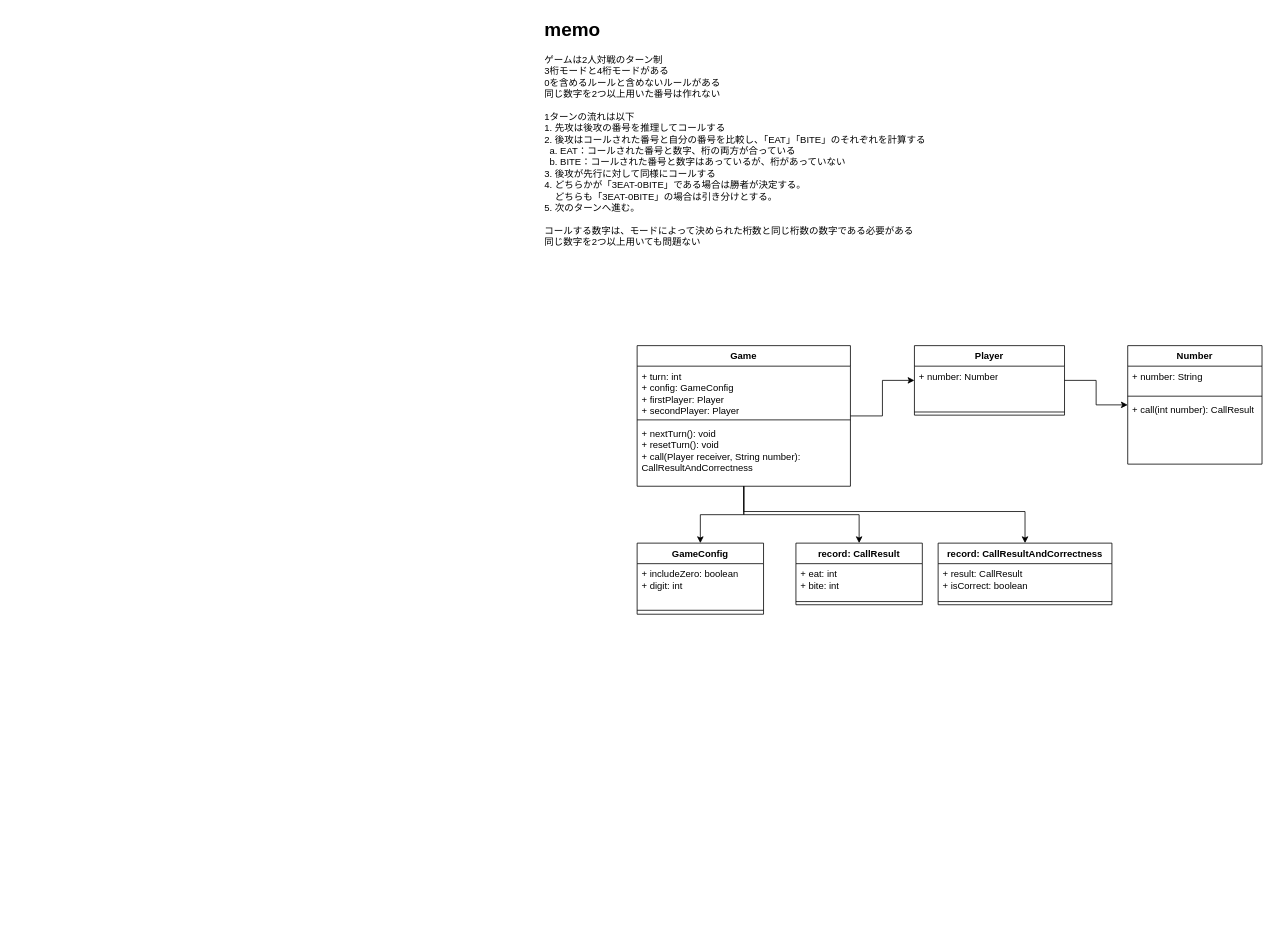
ulxsth/java-numer0n keeps this draw.io diagram as docs/memos/設計考察.drawio. Above is the earlier version. Source tidied: cells renumbered, new cells numbered last; positions are measured from the earlier drawing's top-left corner, leaving out a move shared by most shapes. Both pictures are drawn from the tidied source at 79%, with x=0, y=0 at pixel (543, 13).
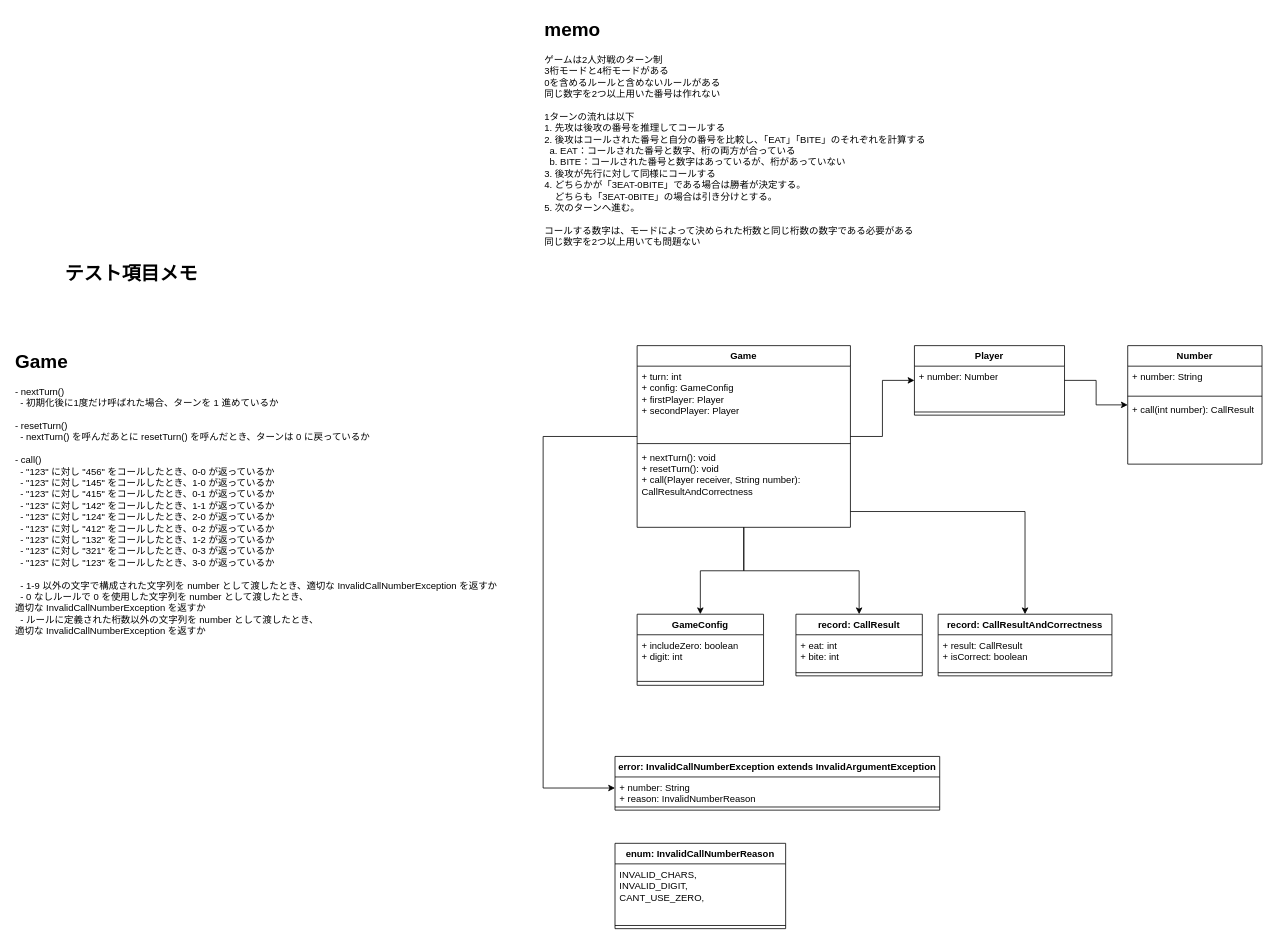
The same diagram, later.

Commit message:
feat: 設計図の更新とテスト項目メモ追加

docs/memos/設計考察.drawio に以下を実施:
- InvalidCallNumberException および Reason の追加
- テスト項目メモを新規追加
- 各セルの配置・サイズ変更

The edit, as a diff of the source:
```diff
@@
+    <mxCell id="28" style="edgeStyle=orthogonalEdgeStyle;rounded=0;jettySize=auto;html=1;" parent="1" edge="1" source="6" target="31">
+      <mxGeometry relative="1" as="geometry">
+        <Array as="points">
+          <mxPoint y="535" />
+          <mxPoint y="980" />
+        </Array>
+      </mxGeometry>
+    </mxCell>
     <mxCell id="6" value="Game" style="swimlane;fontStyle=1;align=center;verticalAlign=top;horizontal=1;startSize=26;whiteSpace=wrap;html=1;" parent="1" vertex="1">
-      <mxGeometry x="119" y="420" width="270" height="178" as="geometry" />
+      <mxGeometry x="119" y="420" width="270" height="230" as="geometry" />
     </mxCell>
-    <mxCell id="7" value="+ turn: int&lt;div&gt;+ config: G&lt;span style=&quot;background-color: initial;&quot;&gt;ameConfig&lt;/span&gt;&lt;/div&gt;&lt;div&gt;&lt;div&gt;+ firstPlayer: Player&lt;/div&gt;&lt;div&gt;+ secondPlayer: Player&lt;/div&gt;&lt;/div&gt;" style="text;strokeColor=none;fillColor=none;align=left;verticalAlign=top;spacingLeft=4;spacingRight=4;overflow=hidden;whiteSpace=wrap;html=1;" parent="6" vertex="1">
-      <mxGeometry y="26" width="270" height="64" as="geometry" />
+    <mxCell id="7" value="+ turn: int&lt;br&gt;&lt;div&gt;+ config: G&lt;span style=&quot;background-color: initial;&quot;&gt;ameConfig&lt;/span&gt;&lt;/div&gt;&lt;div&gt;&lt;div&gt;+ firstPlayer: Player&lt;/div&gt;&lt;div&gt;+ secondPlayer: Player&lt;/div&gt;&lt;/div&gt;" style="text;strokeColor=none;fillColor=none;align=left;verticalAlign=top;spacingLeft=4;spacingRight=4;overflow=hidden;whiteSpace=wrap;html=1;" parent="6" vertex="1">
+      <mxGeometry y="26" width="270" height="94" as="geometry" />
     </mxCell>
     <mxCell id="8" style="line;strokeWidth=1;fillColor=none;align=left;verticalAlign=middle;spacingTop=-1;spacingLeft=3;spacingRight=3;labelPosition=right;strokeColor=inherit;" parent="6" vertex="1">
-      <mxGeometry y="90" width="270" height="8" as="geometry" />
+      <mxGeometry y="120" width="270" height="8" as="geometry" />
     </mxCell>
     <mxCell id="9" value="+ nextTurn(): void&lt;br&gt;+ resetTurn(): void&lt;br&gt;+ call(Player receiver, String number): CallResultAndCorrectness" style="text;strokeColor=none;fillColor=none;align=left;verticalAlign=top;spacingLeft=4;spacingRight=4;overflow=hidden;whiteSpace=wrap;html=1;" parent="6" vertex="1">
-      <mxGeometry y="98" width="270" height="80" as="geometry" />
+      <mxGeometry y="128" width="270" height="102" as="geometry" />
     </mxCell>
@@
     <mxCell id="19" value="GameConfig" style="swimlane;fontStyle=1;align=center;verticalAlign=top;horizontal=1;startSize=26;whiteSpace=wrap;html=1;" parent="1" vertex="1">
-      <mxGeometry x="119" y="670" width="160" height="90" as="geometry" />
+      <mxGeometry x="119" y="760" width="160" height="90" as="geometry" />
     </mxCell>
@@
     <mxCell id="22" value="record: CallResult" style="swimlane;fontStyle=1;align=center;verticalAlign=top;horizontal=1;startSize=26;whiteSpace=wrap;html=1;" parent="1" vertex="1">
-      <mxGeometry x="320" y="670" width="160" height="78" as="geometry" />
+      <mxGeometry x="320" y="760" width="160" height="78" as="geometry" />
     </mxCell>
@@
     <mxCell id="25" value="record: CallResultAndCorrectness" style="swimlane;fontStyle=1;align=center;verticalAlign=top;horizontal=1;startSize=26;whiteSpace=wrap;html=1;" parent="1" vertex="1">
-      <mxGeometry x="500" y="670" width="220" height="78" as="geometry" />
+      <mxGeometry x="500" y="760" width="220" height="78" as="geometry" />
     </mxCell>
@@
+    <mxCell id="29" value="&lt;h1 style=&quot;margin-top: 0px;&quot;&gt;Game&lt;/h1&gt;&lt;div&gt;- nextTurn()&lt;/div&gt;&lt;div&gt;&amp;nbsp; - 初期化後に1度だけ呼ばれた場合、ターンを 1 進めているか&lt;/div&gt;&lt;div&gt;&lt;br&gt;&lt;/div&gt;&lt;div&gt;- resetTurn()&lt;/div&gt;&lt;div&gt;&amp;nbsp; - nextTurn() を呼んだあとに resetTurn() を呼んだとき、ターンは 0 に戻っているか&lt;/div&gt;&lt;div&gt;&lt;br&gt;&lt;/div&gt;&lt;div&gt;- call()&lt;/div&gt;&lt;div&gt;&amp;nbsp; - &quot;123&quot; に対し &quot;456&quot; をコールしたとき、0-0 が返っているか&lt;/div&gt;&lt;div&gt;&amp;nbsp; - &quot;123&quot; に対し &quot;145&quot; をコールしたとき、1-0 が返っているか&lt;/div&gt;&lt;div&gt;&amp;nbsp; - &quot;123&quot; に対し &quot;415&quot; をコールしたとき、0-1 が返っているか&lt;/div&gt;&lt;div&gt;&amp;nbsp; - &quot;123&quot; に対し &quot;142&quot; をコールしたとき、1-1 が返っているか&lt;br&gt;&lt;/div&gt;&lt;div&gt;&lt;span style=&quot;background-color: initial;&quot;&gt;&amp;nbsp; - &quot;123&quot; に対し &quot;124&quot; をコールしたとき、2-0 が返っているか&lt;/span&gt;&lt;/div&gt;&lt;div&gt;&lt;span style=&quot;background-color: initial;&quot;&gt;&amp;nbsp; - &quot;123&quot; に対し &quot;412&quot; をコールしたとき、0-2 が返っているか&lt;/span&gt;&lt;br&gt;&lt;/div&gt;&lt;div&gt;&amp;nbsp; - &quot;123&quot; に対し &quot;132&quot; をコールしたとき、1-2 が返っているか&lt;span style=&quot;background-color: initial;&quot;&gt;&lt;br&gt;&lt;/span&gt;&lt;/div&gt;&lt;div&gt;&amp;nbsp; - &quot;123&quot; に対し &quot;321&quot; をコールしたとき、0-3 が返っているか&lt;br&gt;&lt;/div&gt;&lt;div&gt;&amp;nbsp; - &quot;123&quot; に対し &quot;123&quot; をコールしたとき、3-0 が返っているか&lt;br&gt;&lt;/div&gt;&lt;div&gt;&lt;br&gt;&lt;/div&gt;&lt;div&gt;&amp;nbsp; - 1-9 以外の文字で構成された文字列を number として渡したとき、適切な InvalidCallNumberException を返すか&lt;/div&gt;&lt;div&gt;&amp;nbsp; - 0 なしルールで 0 を使用した文字列を number として渡したとき、&lt;/div&gt;&lt;div style=&quot;&quot;&gt;&lt;span style=&quot;background-color: initial;&quot;&gt;適切な&amp;nbsp;&lt;/span&gt;&lt;span style=&quot;background-color: initial;&quot;&gt;InvalidCallNumberException&amp;nbsp;を返すか&lt;/span&gt;&lt;/div&gt;&lt;div&gt;&amp;nbsp; - ルールに定義された桁数以外の文字列を number として渡したとき、&lt;/div&gt;適切な&amp;nbsp;&lt;span style=&quot;background-color: initial;&quot;&gt;InvalidCallNumberException&amp;nbsp;を返すか&lt;/span&gt;" style="text;html=1;whiteSpace=wrap;overflow=hidden;rounded=0;" parent="1" vertex="1">
+      <mxGeometry x="-670" y="420" width="620" height="450" as="geometry" />
+    </mxCell>
+    <mxCell id="30" value="&lt;h1&gt;テスト項目メモ&lt;/h1&gt;" style="text;html=1;strokeColor=none;fillColor=none;spacing=5;spacingTop=-20;whiteSpace=wrap;overflow=hidden;rounded=0;" parent="1" vertex="1">
+      <mxGeometry x="-610" y="310" width="190" height="40" as="geometry" />
+    </mxCell>
+    <mxCell id="31" value="error: InvalidCallNumberException extends InvalidArgumentException" style="swimlane;fontStyle=1;align=center;verticalAlign=top;horizontal=1;startSize=26;whiteSpace=wrap;html=1;" parent="1" vertex="1">
+      <mxGeometry x="91" y="940" width="411" height="68" as="geometry" />
+    </mxCell>
+    <mxCell id="32" value="+ number: String&lt;br&gt;+ reason: InvalidNumberReason" style="text;strokeColor=none;fillColor=none;align=left;verticalAlign=top;spacingLeft=4;spacingRight=4;overflow=hidden;whiteSpace=wrap;html=1;" parent="31" vertex="1">
+      <mxGeometry y="26" width="411" height="34" as="geometry" />
+    </mxCell>
+    <mxCell id="33" style="line;strokeWidth=1;fillColor=none;align=left;verticalAlign=middle;spacingTop=-1;spacingLeft=3;spacingRight=3;labelPosition=right;strokeColor=inherit;" parent="31" vertex="1">
+      <mxGeometry y="60" width="411" height="8" as="geometry" />
+    </mxCell>
+    <mxCell id="34" value="enum: InvalidCallNumberReason" style="swimlane;fontStyle=1;align=center;verticalAlign=top;horizontal=1;startSize=26;whiteSpace=wrap;html=1;" parent="1" vertex="1">
+      <mxGeometry x="91" y="1050" width="216" height="108" as="geometry" />
+    </mxCell>
+    <mxCell id="35" value="INVALID_CHARS,&lt;br&gt;INVALID_DIGIT,&lt;br&gt;CANT_USE_ZERO," style="text;strokeColor=none;fillColor=none;align=left;verticalAlign=top;spacingLeft=4;spacingRight=4;overflow=hidden;whiteSpace=wrap;html=1;" parent="34" vertex="1">
+      <mxGeometry y="26" width="216" height="74" as="geometry" />
+    </mxCell>
+    <mxCell id="36" style="line;strokeWidth=1;fillColor=none;align=left;verticalAlign=middle;spacingTop=-1;spacingLeft=3;spacingRight=3;labelPosition=right;strokeColor=inherit;" parent="34" vertex="1">
+      <mxGeometry y="100" width="216" height="8" as="geometry" />
+    </mxCell>
```
